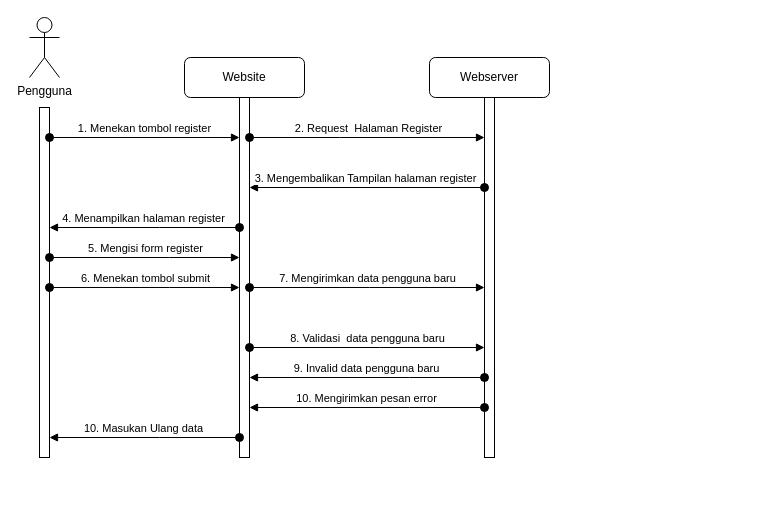
Before: page "Register" (1 of 10) of Untitled Diagram.drawio in AryAntara/AryAntara, a draw.io diagram. Source tidied: cells renumbered, new cells numbered last; positions are measured from the earlier drawing's top-left corner, leaving out a move shared by most shapes. Both pictures are drawn from the tidied source at 100%, with x=0, y=0 at pixel (29, 17).
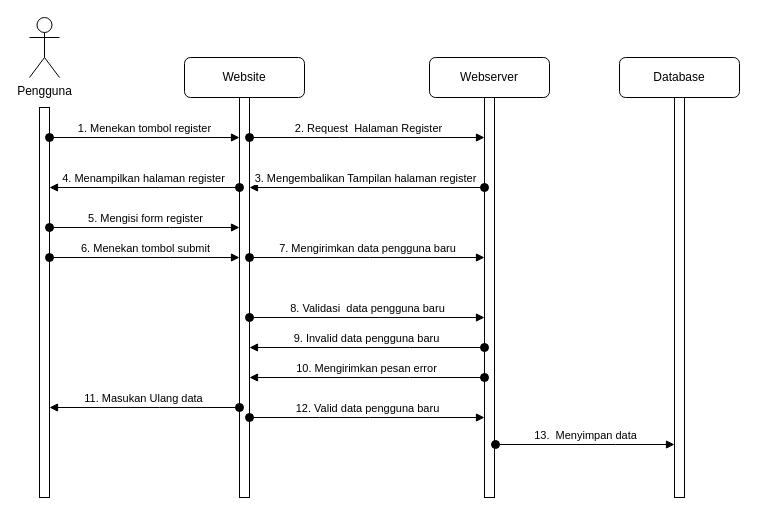
The same diagram, later.

What changed in the source:
```diff
@@
     <mxCell id="3" style="html=1;points=[[0,0,0,0,5],[0,1,0,0,-5],[1,0,0,0,5],[1,1,0,0,-5]];perimeter=orthogonalPerimeter;outlineConnect=0;targetShapes=umlLifeline;portConstraint=eastwest;newEdgeStyle={&quot;curved&quot;:0,&quot;rounded&quot;:0};" parent="1" vertex="1">
-      <mxGeometry x="10" y="90" width="10" height="350" as="geometry" />
+      <mxGeometry x="10" y="90" width="10" height="390" as="geometry" />
     </mxCell>
@@
     <mxCell id="5" style="html=1;points=[[0,0,0,0,5],[0,1,0,0,-5],[1,0,0,0,5],[1,1,0,0,-5]];perimeter=orthogonalPerimeter;outlineConnect=0;targetShapes=umlLifeline;portConstraint=eastwest;newEdgeStyle={&quot;curved&quot;:0,&quot;rounded&quot;:0};" parent="1" vertex="1">
-      <mxGeometry x="210" y="80" width="10" height="360" as="geometry" />
+      <mxGeometry x="210" y="80" width="10" height="400" as="geometry" />
     </mxCell>
@@
     <mxCell id="8" style="html=1;points=[[0,0,0,0,5],[0,1,0,0,-5],[1,0,0,0,5],[1,1,0,0,-5]];perimeter=orthogonalPerimeter;outlineConnect=0;targetShapes=umlLifeline;portConstraint=eastwest;newEdgeStyle={&quot;curved&quot;:0,&quot;rounded&quot;:0};" parent="1" vertex="1">
-      <mxGeometry x="455" y="80" width="10" height="360" as="geometry" />
+      <mxGeometry x="455" y="80" width="10" height="400" as="geometry" />
     </mxCell>
@@
-    <mxCell id="11" value="4. Menampilkan halaman register" style="html=1;verticalAlign=bottom;startArrow=oval;startFill=1;endArrow=block;startSize=8;curved=0;rounded=0;" parent="1" edge="1" source="5" target="3">
+    <mxCell id="11" value="4. Menampilkan halaman register" style="html=1;verticalAlign=bottom;startArrow=oval;startFill=1;endArrow=block;startSize=8;curved=0;rounded=0;" parent="1" edge="1">
       <mxGeometry x="0.01" relative="1" as="geometry">
+        <mxPoint x="210" y="170" as="sourcePoint" />
+        <mxPoint x="20" y="170" as="targetPoint" />
         <Array as="points">
-          <mxPoint x="130" y="210" />
+          <mxPoint x="130" y="170" />
         </Array>
       </mxGeometry>
     </mxCell>
-    <mxCell id="12" value="5. Mengisi form register" style="html=1;verticalAlign=bottom;startArrow=oval;startFill=1;endArrow=block;startSize=8;curved=0;rounded=0;" parent="1" edge="1" source="3" target="5">
+    <mxCell id="12" value="5. Mengisi form register" style="html=1;verticalAlign=bottom;startArrow=oval;startFill=1;endArrow=block;startSize=8;curved=0;rounded=0;" parent="1" edge="1">
       <mxGeometry x="0.01" relative="1" as="geometry">
+        <mxPoint x="20" y="210" as="sourcePoint" />
+        <mxPoint x="210" y="210" as="targetPoint" />
         <Array as="points">
-          <mxPoint x="140" y="240" />
+          <mxPoint x="140" y="210" />
         </Array>
       </mxGeometry>
     </mxCell>
     <mxCell id="13" value="6. Menekan tombol submit" style="html=1;verticalAlign=bottom;startArrow=oval;startFill=1;endArrow=block;startSize=8;curved=0;rounded=0;" parent="1" edge="1">
       <mxGeometry x="0.01" relative="1" as="geometry">
-        <mxPoint x="20" y="270" as="sourcePoint" />
-        <mxPoint x="210" y="270" as="targetPoint" />
+        <mxPoint x="20" y="240" as="sourcePoint" />
+        <mxPoint x="210" y="240" as="targetPoint" />
         <Array as="points">
-          <mxPoint x="140" y="270" />
+          <mxPoint x="140" y="240" />
         </Array>
       </mxGeometry>
     </mxCell>
-    <mxCell id="14" value="7. Mengirimkan data pengguna baru" style="html=1;verticalAlign=bottom;startArrow=oval;startFill=1;endArrow=block;startSize=8;curved=0;rounded=0;" parent="1" edge="1" target="8">
+    <mxCell id="14" value="7. Mengirimkan data pengguna baru" style="html=1;verticalAlign=bottom;startArrow=oval;startFill=1;endArrow=block;startSize=8;curved=0;rounded=0;" parent="1" edge="1">
       <mxGeometry relative="1" as="geometry">
-        <mxPoint x="220" y="270" as="sourcePoint" />
+        <mxPoint x="220" y="240" as="sourcePoint" />
+        <mxPoint x="455" y="240" as="targetPoint" />
         <Array as="points">
-          <mxPoint x="340" y="270" />
+          <mxPoint x="340" y="240" />
         </Array>
       </mxGeometry>
     </mxCell>
@@
-    <mxCell id="17" value="8. Validasi&amp;nbsp; data pengguna baru" style="html=1;verticalAlign=bottom;startArrow=oval;startFill=1;endArrow=block;startSize=8;curved=0;rounded=0;" parent="1" edge="1" source="5" target="8">
+    <mxCell id="17" value="8. Validasi&amp;nbsp; data pengguna baru" style="html=1;verticalAlign=bottom;startArrow=oval;startFill=1;endArrow=block;startSize=8;curved=0;rounded=0;" parent="1" edge="1">
       <mxGeometry relative="1" as="geometry">
+        <mxPoint x="220" y="300" as="sourcePoint" />
+        <mxPoint x="455" y="300" as="targetPoint" />
         <Array as="points">
-          <mxPoint x="350" y="330" />
+          <mxPoint x="350" y="300" />
         </Array>
       </mxGeometry>
     </mxCell>
     <mxCell id="18" value="9. Invalid data pengguna baru" style="html=1;verticalAlign=bottom;startArrow=oval;startFill=1;endArrow=block;startSize=8;curved=0;rounded=0;" parent="1" edge="1">
       <mxGeometry relative="1" as="geometry">
-        <mxPoint x="455" y="360" as="sourcePoint" />
-        <mxPoint x="220" y="360" as="targetPoint" />
+        <mxPoint x="455" y="330" as="sourcePoint" />
+        <mxPoint x="220" y="330" as="targetPoint" />
         <Array as="points">
-          <mxPoint x="380" y="360" />
+          <mxPoint x="380" y="330" />
         </Array>
       </mxGeometry>
     </mxCell>
-    <mxCell id="19" value="10. Masukan Ulang data" style="html=1;verticalAlign=bottom;startArrow=oval;startFill=1;endArrow=block;startSize=8;curved=0;rounded=0;" parent="1" edge="1">
+    <mxCell id="19" value="11. Masukan Ulang data" style="html=1;verticalAlign=bottom;startArrow=oval;startFill=1;endArrow=block;startSize=8;curved=0;rounded=0;" parent="1" edge="1">
       <mxGeometry x="0.01" relative="1" as="geometry">
-        <mxPoint x="210" y="420" as="sourcePoint" />
-        <mxPoint x="20" y="420" as="targetPoint" />
+        <mxPoint x="210" y="390" as="sourcePoint" />
+        <mxPoint x="20" y="390" as="targetPoint" />
         <Array as="points">
-          <mxPoint x="130" y="420" />
+          <mxPoint x="130" y="390" />
         </Array>
       </mxGeometry>
     </mxCell>
     <mxCell id="20" value="10. Mengirimkan pesan error" style="html=1;verticalAlign=bottom;startArrow=oval;startFill=1;endArrow=block;startSize=8;curved=0;rounded=0;" parent="1" edge="1">
       <mxGeometry relative="1" as="geometry">
-        <mxPoint x="455" y="390" as="sourcePoint" />
-        <mxPoint x="220" y="390" as="targetPoint" />
+        <mxPoint x="455" y="360" as="sourcePoint" />
+        <mxPoint x="220" y="360" as="targetPoint" />
         <Array as="points">
-          <mxPoint x="380" y="390" />
+          <mxPoint x="380" y="360" />
         </Array>
       </mxGeometry>
     </mxCell>
+    <mxCell id="21" value="Database" style="rounded=1;whiteSpace=wrap;html=1;" parent="1" vertex="1">
+      <mxGeometry x="590" y="40" width="120" height="40" as="geometry" />
+    </mxCell>
+    <mxCell id="22" style="html=1;perimeter=orthogonalPerimeter;targetShapes=umlLifeline;newEdgeStyle={&quot;curved&quot;:0,&quot;rounded&quot;:0};" parent="1" vertex="1">
+      <mxGeometry x="645" y="80" width="10" height="400" as="geometry" />
+    </mxCell>
+    <mxCell id="23" value="12. Valid data pengguna baru" style="html=1;verticalAlign=bottom;startArrow=oval;startFill=1;endArrow=block;startSize=8;curved=0;rounded=0;" parent="1" edge="1">
+      <mxGeometry relative="1" as="geometry">
+        <mxPoint x="220" y="400" as="sourcePoint" />
+        <mxPoint x="455" y="400" as="targetPoint" />
+        <Array as="points">
+          <mxPoint x="290" y="400" />
+          <mxPoint x="340" y="400" />
+        </Array>
+      </mxGeometry>
+    </mxCell>
+    <mxCell id="24" value="13.&amp;nbsp; Menyimpan data" style="html=1;verticalAlign=bottom;startArrow=oval;startFill=1;endArrow=block;startSize=8;curved=0;rounded=0;" parent="1" edge="1">
+      <mxGeometry relative="1" as="geometry">
+        <mxPoint x="466" y="427" as="sourcePoint" />
+        <mxPoint x="645" y="427" as="targetPoint" />
+        <Array as="points">
+          <mxPoint x="586" y="427" />
+        </Array>
+      </mxGeometry>
+    </mxCell>
```
